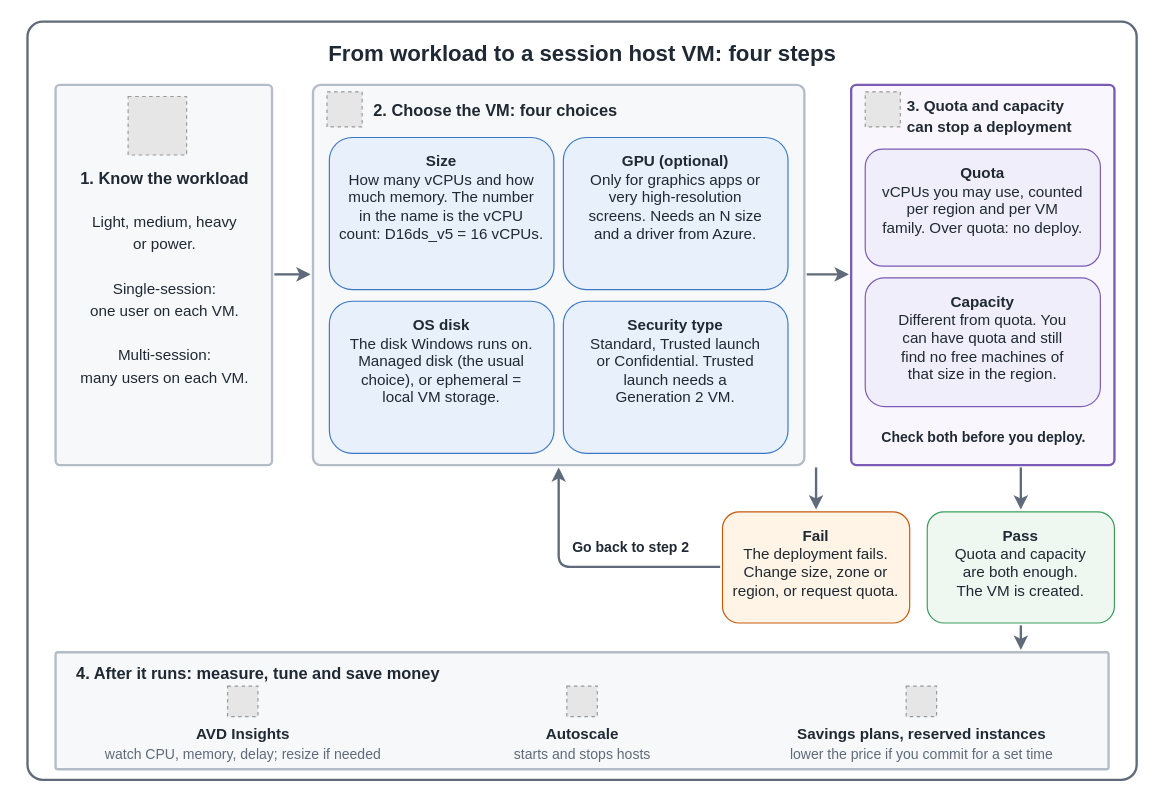
Earlier version of the draw.io diagram src/img/avd/AVD-Session-Host-VM-Size.drawio (AddySidd27/cloud-ai-notes). Source tidied: cells renumbered, new cells numbered last; positions are measured from the earlier drawing's top-left corner, leaving out a move shared by most shapes. Both pictures are drawn from the tidied source at 117%, with x=0, y=0 at pixel (20, 21). Pictures stored in the file or linked from it are replaced by grey dashed boxes.
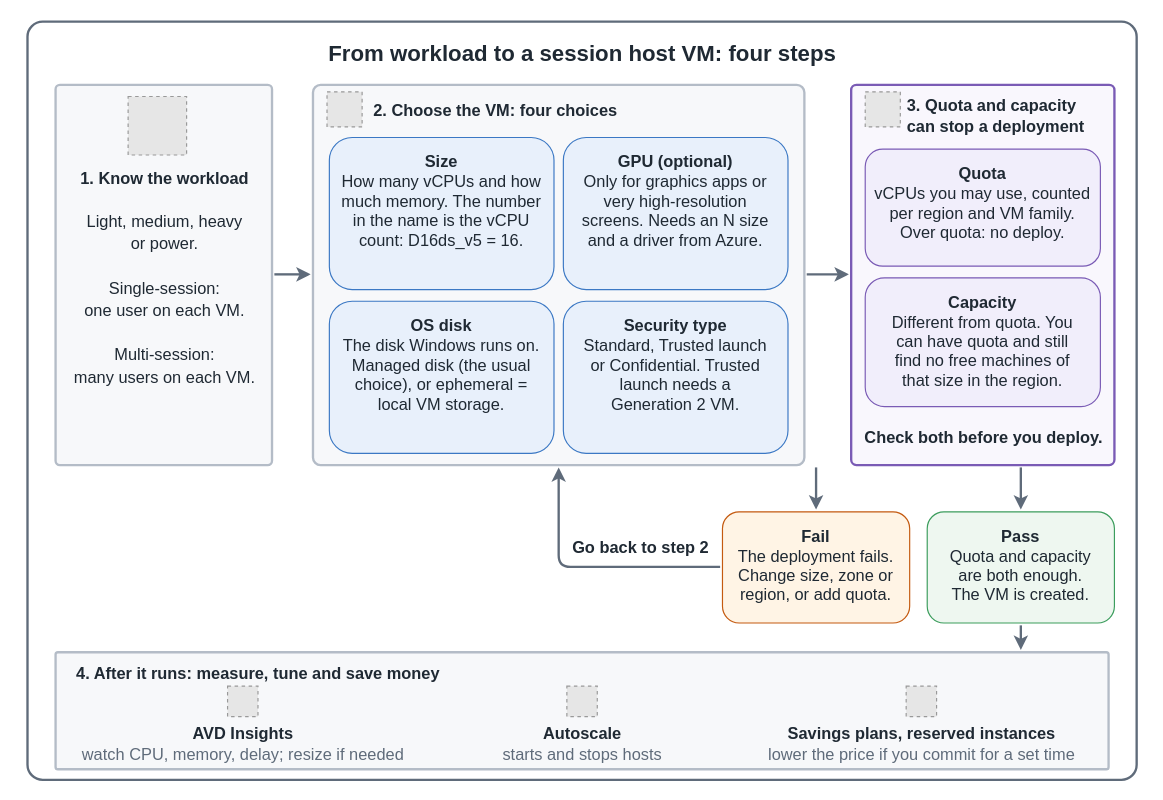
The same page after the edit.

The edit, as a diff of the source:
```diff
@@
-    <mxCell id="7" value="Light, medium, heavy" style="text;html=1;align=center;verticalAlign=middle;fontSize=13;fontColor=#1f2933;" parent="1" vertex="1">
+    <mxCell id="7" value="Light, medium, heavy" style="text;html=1;align=center;verticalAlign=middle;fontSize=14;fontColor=#1f2933;" parent="1" vertex="1">
       <mxGeometry x="30" y="159" width="185" height="24" as="geometry" />
     </mxCell>
-    <mxCell id="8" value="or power." style="text;html=1;align=center;verticalAlign=middle;fontSize=13;fontColor=#1f2933;" parent="1" vertex="1">
+    <mxCell id="8" value="or power." style="text;html=1;align=center;verticalAlign=middle;fontSize=14;fontColor=#1f2933;" parent="1" vertex="1">
       <mxGeometry x="30" y="178" width="185" height="24" as="geometry" />
     </mxCell>
-    <mxCell id="9" style="text;html=1;align=center;verticalAlign=middle;fontSize=13;fontColor=#1f2933;" parent="1" vertex="1">
+    <mxCell id="9" style="text;html=1;align=center;verticalAlign=middle;fontSize=14;fontColor=#1f2933;" parent="1" vertex="1">
       <mxGeometry x="30" y="197" width="185" height="24" as="geometry" />
     </mxCell>
-    <mxCell id="10" value="Single-session:" style="text;html=1;align=center;verticalAlign=middle;fontSize=13;fontColor=#1f2933;" parent="1" vertex="1">
+    <mxCell id="10" value="Single-session:" style="text;html=1;align=center;verticalAlign=middle;fontSize=14;fontColor=#1f2933;" parent="1" vertex="1">
       <mxGeometry x="30" y="216" width="185" height="24" as="geometry" />
     </mxCell>
-    <mxCell id="11" value="one user on each VM." style="text;html=1;align=center;verticalAlign=middle;fontSize=13;fontColor=#1f2933;" parent="1" vertex="1">
+    <mxCell id="11" value="one user on each VM." style="text;html=1;align=center;verticalAlign=middle;fontSize=14;fontColor=#1f2933;" parent="1" vertex="1">
       <mxGeometry x="30" y="235" width="185" height="24" as="geometry" />
     </mxCell>
-    <mxCell id="12" style="text;html=1;align=center;verticalAlign=middle;fontSize=13;fontColor=#1f2933;" parent="1" vertex="1">
+    <mxCell id="12" style="text;html=1;align=center;verticalAlign=middle;fontSize=14;fontColor=#1f2933;" parent="1" vertex="1">
       <mxGeometry x="30" y="254" width="185" height="24" as="geometry" />
     </mxCell>
-    <mxCell id="13" value="Multi-session:" style="text;html=1;align=center;verticalAlign=middle;fontSize=13;fontColor=#1f2933;" parent="1" vertex="1">
+    <mxCell id="13" value="Multi-session:" style="text;html=1;align=center;verticalAlign=middle;fontSize=14;fontColor=#1f2933;" parent="1" vertex="1">
       <mxGeometry x="30" y="273" width="185" height="24" as="geometry" />
     </mxCell>
-    <mxCell id="14" value="many users on each VM." style="text;html=1;align=center;verticalAlign=middle;fontSize=13;fontColor=#1f2933;" parent="1" vertex="1">
+    <mxCell id="14" value="many users on each VM." style="text;html=1;align=center;verticalAlign=middle;fontSize=14;fontColor=#1f2933;" parent="1" vertex="1">
       <mxGeometry x="30" y="292" width="185" height="24" as="geometry" />
     </mxCell>
@@
-    <mxCell id="18" value="&lt;b&gt;Size&lt;/b&gt;&lt;br&gt;How many vCPUs and how&lt;br&gt;much memory. The number&lt;br&gt;in the name is the vCPU&lt;br&gt;count: D16ds_v5 = 16 vCPUs." style="rounded=1;whiteSpace=wrap;html=1;fillColor=#e8f0fb;strokeColor=#3b78c4;fontSize=13;fontColor=#1f2933;verticalAlign=top;spacingTop=6;" parent="1" vertex="1">
+    <mxCell id="18" value="&lt;b&gt;Size&lt;/b&gt;&lt;br&gt;How many vCPUs and how&lt;br&gt;much memory. The number&lt;br&gt;in the name is the vCPU&lt;br&gt;count: D16ds_v5 = 16." style="rounded=1;whiteSpace=wrap;html=1;fillColor=#e8f0fb;strokeColor=#3b78c4;fontSize=14;fontColor=#1f2933;verticalAlign=top;spacingTop=6;" parent="1" vertex="1">
       <mxGeometry x="264" y="99" width="192" height="130" as="geometry" />
     </mxCell>
-    <mxCell id="19" value="&lt;b&gt;GPU (optional)&lt;/b&gt;&lt;br&gt;Only for graphics apps or&lt;br&gt;very high-resolution&lt;br&gt;screens. Needs an N size&lt;br&gt;and a driver from Azure." style="rounded=1;whiteSpace=wrap;html=1;fillColor=#e8f0fb;strokeColor=#3b78c4;fontSize=13;fontColor=#1f2933;verticalAlign=top;spacingTop=6;" parent="1" vertex="1">
+    <mxCell id="19" value="&lt;b&gt;GPU (optional)&lt;/b&gt;&lt;br&gt;Only for graphics apps or&lt;br&gt;very high-resolution&lt;br&gt;screens. Needs an N size&lt;br&gt;and a driver from Azure." style="rounded=1;whiteSpace=wrap;html=1;fillColor=#e8f0fb;strokeColor=#3b78c4;fontSize=14;fontColor=#1f2933;verticalAlign=top;spacingTop=6;" parent="1" vertex="1">
       <mxGeometry x="464" y="99" width="192" height="130" as="geometry" />
     </mxCell>
-    <mxCell id="20" value="&lt;b&gt;OS disk&lt;/b&gt;&lt;br&gt;The disk Windows runs on.&lt;br&gt;Managed disk (the usual&lt;br&gt;choice), or ephemeral =&lt;br&gt;local VM storage." style="rounded=1;whiteSpace=wrap;html=1;fillColor=#e8f0fb;strokeColor=#3b78c4;fontSize=13;fontColor=#1f2933;verticalAlign=top;spacingTop=6;" parent="1" vertex="1">
+    <mxCell id="20" value="&lt;b&gt;OS disk&lt;/b&gt;&lt;br&gt;The disk Windows runs on.&lt;br&gt;Managed disk (the usual&lt;br&gt;choice), or ephemeral =&lt;br&gt;local VM storage." style="rounded=1;whiteSpace=wrap;html=1;fillColor=#e8f0fb;strokeColor=#3b78c4;fontSize=14;fontColor=#1f2933;verticalAlign=top;spacingTop=6;" parent="1" vertex="1">
       <mxGeometry x="264" y="239" width="192" height="130" as="geometry" />
     </mxCell>
-    <mxCell id="21" value="&lt;b&gt;Security type&lt;/b&gt;&lt;br&gt;Standard, Trusted launch&lt;br&gt;or Confidential. Trusted&lt;br&gt;launch needs a&lt;br&gt;Generation 2 VM." style="rounded=1;whiteSpace=wrap;html=1;fillColor=#e8f0fb;strokeColor=#3b78c4;fontSize=13;fontColor=#1f2933;verticalAlign=top;spacingTop=6;" parent="1" vertex="1">
+    <mxCell id="21" value="&lt;b&gt;Security type&lt;/b&gt;&lt;br&gt;Standard, Trusted launch&lt;br&gt;or Confidential. Trusted&lt;br&gt;launch needs a&lt;br&gt;Generation 2 VM." style="rounded=1;whiteSpace=wrap;html=1;fillColor=#e8f0fb;strokeColor=#3b78c4;fontSize=14;fontColor=#1f2933;verticalAlign=top;spacingTop=6;" parent="1" vertex="1">
       <mxGeometry x="464" y="239" width="192" height="130" as="geometry" />
     </mxCell>
@@
-    <mxCell id="24" value="&lt;b&gt;3. Quota and capacity&lt;/b&gt;" style="text;html=1;align=left;verticalAlign=middle;fontSize=13;fontColor=#1f2933;" parent="1" vertex="1">
+    <mxCell id="24" value="&lt;b&gt;3. Quota and capacity&lt;/b&gt;" style="text;html=1;align=left;verticalAlign=middle;fontSize=14;fontColor=#1f2933;" parent="1" vertex="1">
       <mxGeometry x="756" y="60" width="175" height="24" as="geometry" />
     </mxCell>
-    <mxCell id="25" value="&lt;b&gt;can stop a deployment&lt;/b&gt;" style="text;html=1;align=left;verticalAlign=middle;fontSize=13;fontColor=#1f2933;" parent="1" vertex="1">
+    <mxCell id="25" value="&lt;b&gt;can stop a deployment&lt;/b&gt;" style="text;html=1;align=left;verticalAlign=middle;fontSize=14;fontColor=#1f2933;" parent="1" vertex="1">
       <mxGeometry x="756" y="78" width="175" height="24" as="geometry" />
     </mxCell>
-    <mxCell id="26" value="&lt;b&gt;Quota&lt;/b&gt;&lt;br&gt;vCPUs you may use, counted&lt;br&gt;per region and per VM&lt;br&gt;family. Over quota: no deploy." style="rounded=1;whiteSpace=wrap;html=1;fillColor=#f1eefb;strokeColor=#7a5bb5;fontSize=13;fontColor=#1f2933;verticalAlign=top;spacingTop=6;" parent="1" vertex="1">
+    <mxCell id="26" value="&lt;b&gt;Quota&lt;/b&gt;&lt;br&gt;vCPUs you may use, counted&lt;br&gt;per region and VM family.&lt;br&gt;Over quota: no deploy." style="rounded=1;whiteSpace=wrap;html=1;fillColor=#f1eefb;strokeColor=#7a5bb5;fontSize=14;fontColor=#1f2933;verticalAlign=top;spacingTop=6;" parent="1" vertex="1">
       <mxGeometry x="722" y="109" width="201" height="100" as="geometry" />
     </mxCell>
-    <mxCell id="27" value="&lt;b&gt;Capacity&lt;/b&gt;&lt;br&gt;Different from quota. You&lt;br&gt;can have quota and still&lt;br&gt;find no free machines of&lt;br&gt;that size in the region." style="rounded=1;whiteSpace=wrap;html=1;fillColor=#f1eefb;strokeColor=#7a5bb5;fontSize=13;fontColor=#1f2933;verticalAlign=top;spacingTop=6;" parent="1" vertex="1">
+    <mxCell id="27" value="&lt;b&gt;Capacity&lt;/b&gt;&lt;br&gt;Different from quota. You&lt;br&gt;can have quota and still&lt;br&gt;find no free machines of&lt;br&gt;that size in the region." style="rounded=1;whiteSpace=wrap;html=1;fillColor=#f1eefb;strokeColor=#7a5bb5;fontSize=14;fontColor=#1f2933;verticalAlign=top;spacingTop=6;" parent="1" vertex="1">
       <mxGeometry x="722" y="219" width="201" height="110" as="geometry" />
     </mxCell>
-    <mxCell id="28" value="&lt;b&gt;Check both before you deploy.&lt;/b&gt;" style="text;html=1;align=center;verticalAlign=middle;fontSize=12;fontColor=#1f2933;" parent="1" vertex="1">
+    <mxCell id="28" value="&lt;b&gt;Check both before you deploy.&lt;/b&gt;" style="text;html=1;align=center;verticalAlign=middle;fontSize=14;fontColor=#1f2933;" parent="1" vertex="1">
       <mxGeometry x="722" y="344" width="201" height="24" as="geometry" />
     </mxCell>
@@
-    <mxCell id="31" value="&lt;b&gt;Fail&lt;/b&gt;&lt;br&gt;The deployment fails.&lt;br&gt;Change size, zone or&lt;br&gt;region, or request quota." style="rounded=1;whiteSpace=wrap;html=1;fillColor=#fff4e5;strokeColor=#c45a10;fontSize=13;fontColor=#1f2933;verticalAlign=top;spacingTop=6;" parent="1" vertex="1">
+    <mxCell id="31" value="&lt;b&gt;Fail&lt;/b&gt;&lt;br&gt;The deployment fails.&lt;br&gt;Change size, zone or&lt;br&gt;region, or add quota." style="rounded=1;whiteSpace=wrap;html=1;fillColor=#fff4e5;strokeColor=#c45a10;fontSize=14;fontColor=#1f2933;verticalAlign=top;spacingTop=6;" parent="1" vertex="1">
       <mxGeometry x="600" y="419" width="160" height="95" as="geometry" />
     </mxCell>
-    <mxCell id="32" value="&lt;b&gt;Pass&lt;/b&gt;&lt;br&gt;Quota and capacity&lt;br&gt;are both enough.&lt;br&gt;The VM is created." style="rounded=1;whiteSpace=wrap;html=1;fillColor=#eef7f0;strokeColor=#3c9d5d;fontSize=13;fontColor=#1f2933;verticalAlign=top;spacingTop=6;" parent="1" vertex="1">
+    <mxCell id="32" value="&lt;b&gt;Pass&lt;/b&gt;&lt;br&gt;Quota and capacity&lt;br&gt;are both enough.&lt;br&gt;The VM is created." style="rounded=1;whiteSpace=wrap;html=1;fillColor=#eef7f0;strokeColor=#3c9d5d;fontSize=14;fontColor=#1f2933;verticalAlign=top;spacingTop=6;" parent="1" vertex="1">
       <mxGeometry x="775" y="419" width="160" height="95" as="geometry" />
     </mxCell>
@@
-    <mxCell id="36" value="&lt;b&gt;Go back to step 2&lt;/b&gt;" style="text;html=1;align=left;verticalAlign=middle;fontSize=12;fontColor=#1f2933;" parent="1" vertex="1">
+    <mxCell id="36" value="&lt;b&gt;Go back to step 2&lt;/b&gt;" style="text;html=1;align=left;verticalAlign=middle;fontSize=14;fontColor=#1f2933;" parent="1" vertex="1">
       <mxGeometry x="470" y="438" width="130" height="24" as="geometry" />
     </mxCell>
@@
-    <mxCell id="41" value="&lt;b&gt;AVD Insights&lt;/b&gt;" style="text;html=1;align=center;verticalAlign=middle;fontSize=13;fontColor=#1f2933;" parent="1" vertex="1">
+    <mxCell id="41" value="&lt;b&gt;AVD Insights&lt;/b&gt;" style="text;html=1;align=center;verticalAlign=middle;fontSize=14;fontColor=#1f2933;" parent="1" vertex="1">
       <mxGeometry x="45" y="597" width="290" height="24" as="geometry" />
     </mxCell>
-    <mxCell id="42" value="watch CPU, memory, delay; resize if needed" style="text;html=1;align=center;verticalAlign=middle;fontSize=12;fontColor=#5f6b7a;" parent="1" vertex="1">
+    <mxCell id="42" value="watch CPU, memory, delay; resize if needed" style="text;html=1;align=center;verticalAlign=middle;fontSize=14;fontColor=#5f6b7a;" parent="1" vertex="1">
       <mxGeometry x="45" y="615" width="290" height="24" as="geometry" />
     </mxCell>
@@
-    <mxCell id="44" value="&lt;b&gt;Autoscale&lt;/b&gt;" style="text;html=1;align=center;verticalAlign=middle;fontSize=13;fontColor=#1f2933;" parent="1" vertex="1">
+    <mxCell id="44" value="&lt;b&gt;Autoscale&lt;/b&gt;" style="text;html=1;align=center;verticalAlign=middle;fontSize=14;fontColor=#1f2933;" parent="1" vertex="1">
       <mxGeometry x="335" y="597" width="290" height="24" as="geometry" />
     </mxCell>
-    <mxCell id="45" value="starts and stops hosts" style="text;html=1;align=center;verticalAlign=middle;fontSize=12;fontColor=#5f6b7a;" parent="1" vertex="1">
+    <mxCell id="45" value="starts and stops hosts" style="text;html=1;align=center;verticalAlign=middle;fontSize=14;fontColor=#5f6b7a;" parent="1" vertex="1">
       <mxGeometry x="335" y="615" width="290" height="24" as="geometry" />
     </mxCell>
@@
-    <mxCell id="47" value="&lt;b&gt;Savings plans, reserved instances&lt;/b&gt;" style="text;html=1;align=center;verticalAlign=middle;fontSize=13;fontColor=#1f2933;" parent="1" vertex="1">
+    <mxCell id="47" value="&lt;b&gt;Savings plans, reserved instances&lt;/b&gt;" style="text;html=1;align=center;verticalAlign=middle;fontSize=14;fontColor=#1f2933;" parent="1" vertex="1">
       <mxGeometry x="625" y="597" width="290" height="24" as="geometry" />
     </mxCell>
-    <mxCell id="48" value="lower the price if you commit for a set time" style="text;html=1;align=center;verticalAlign=middle;fontSize=12;fontColor=#5f6b7a;" parent="1" vertex="1">
+    <mxCell id="48" value="lower the price if you commit for a set time" style="text;html=1;align=center;verticalAlign=middle;fontSize=14;fontColor=#5f6b7a;" parent="1" vertex="1">
       <mxGeometry x="625" y="615" width="290" height="24" as="geometry" />
     </mxCell>
```
